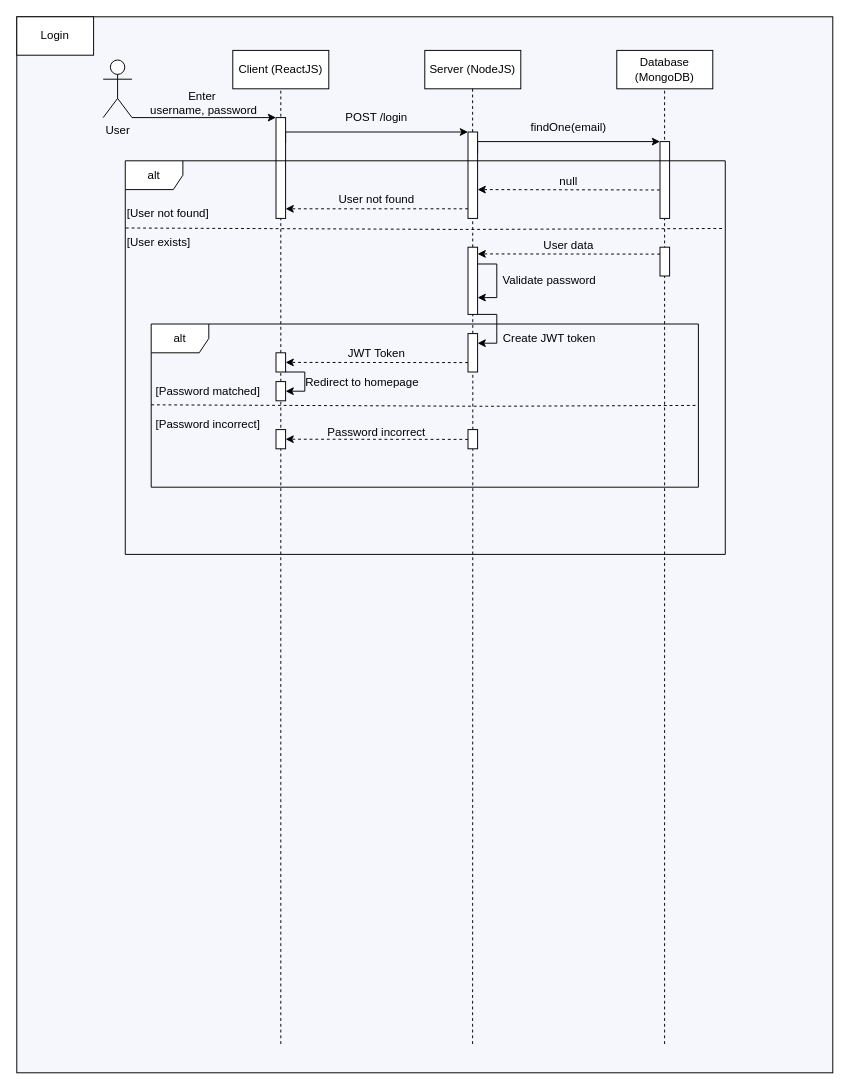
khanhnq1406/Investment_Portfolio_Tracker keeps this draw.io diagram as page "Login" (3 of 4) of system_design/Portfolio_Management_Tracker_Charts.drawio. Above is the earlier version. Source tidied: cells renumbered, new cells numbered last; positions are measured from the earlier drawing's top-left corner, leaving out a move shared by most shapes. Both pictures are drawn from the tidied source at 96%, with x=0, y=0 at pixel (16, 16).
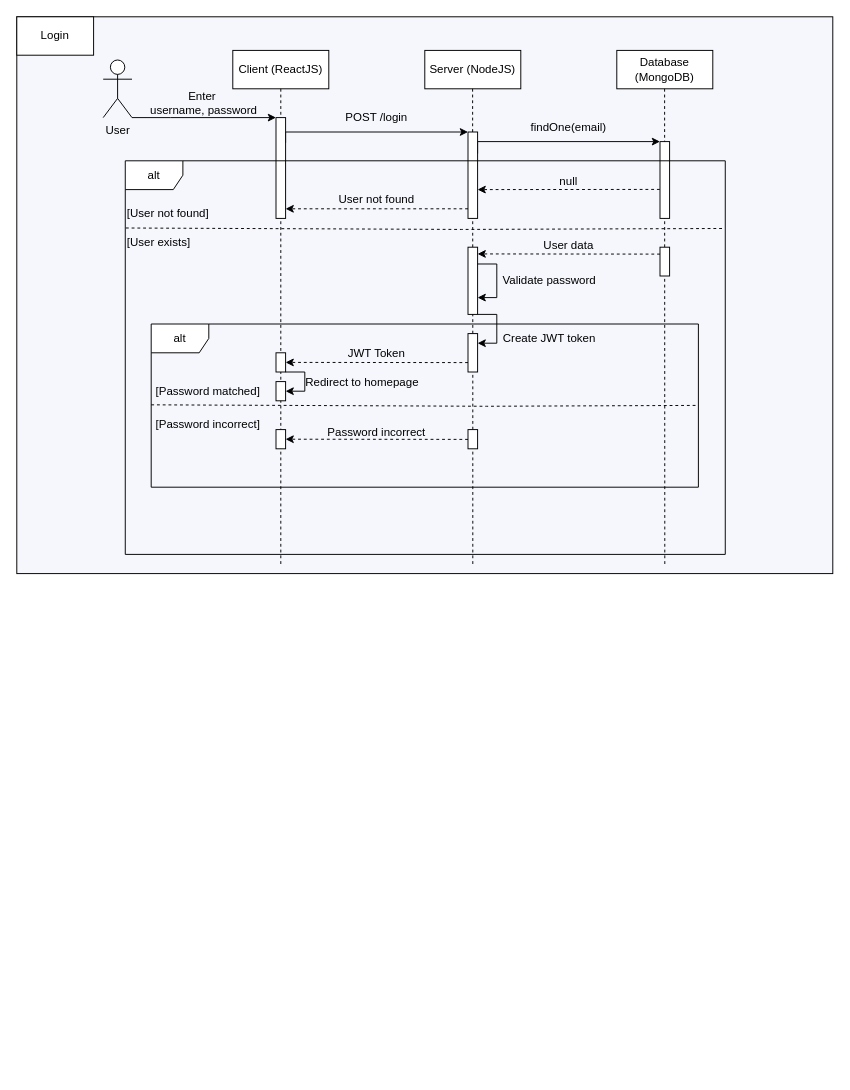
Above is the later version.

Unchanged cells that the change refers to:
```xml
<mxCell id="3" value="Client (ReactJS)" style="rounded=0;whiteSpace=wrap;html=1;" parent="1" vertex="1">
  <mxGeometry x="225" y="35" width="100" height="40" as="geometry" />
</mxCell>
<mxCell id="49" style="rounded=0;whiteSpace=wrap;html=1;" parent="1" vertex="1">
  <mxGeometry x="470" y="430" width="10" height="20" as="geometry" />
</mxCell>
```

Change to the diagram source:
```diff
@@
     <mxCell id="2" style="rounded=0;whiteSpace=wrap;html=1;labelBackgroundColor=none;labelBorderColor=none;textShadow=0;fillColor=#f5f7fd;" parent="1" vertex="1">
-      <mxGeometry width="850" height="1100" as="geometry" />
+      <mxGeometry width="850" height="580" as="geometry" />
     </mxCell>
@@
     <mxCell id="9" style="endArrow=none;dashed=1;html=1;rounded=0;entryX=0.5;entryY=1;entryDx=0;entryDy=0;" parent="1" edge="1" target="3">
       <mxGeometry relative="1" as="geometry">
-        <mxPoint x="275" y="1070" as="sourcePoint" />
+        <mxPoint x="275" y="570" as="sourcePoint" />
       </mxGeometry>
     </mxCell>
@@
     <mxCell id="11" style="endArrow=none;dashed=1;html=1;rounded=0;entryX=0.5;entryY=1;entryDx=0;entryDy=0;" parent="1" edge="1">
       <mxGeometry relative="1" as="geometry">
-        <mxPoint x="674.8" y="1070" as="sourcePoint" />
+        <mxPoint x="675" y="570" as="sourcePoint" />
         <mxPoint x="674.8" y="75" as="targetPoint" />
       </mxGeometry>
     </mxCell>
@@
-    <mxCell id="26" style="endArrow=classic;html=1;rounded=0;exitX=0.788;exitY=0.164;exitDx=0;exitDy=0;exitPerimeter=0;dashed=1;" parent="1" edge="1" source="2">
+    <mxCell id="26" style="endArrow=classic;html=1;rounded=0;exitX=0.788;exitY=0.31;exitDx=0;exitDy=0;exitPerimeter=0;dashed=1;" parent="1" edge="1" source="2">
       <mxGeometry relative="1" as="geometry">
         <mxPoint x="480" y="180" as="targetPoint" />
       </mxGeometry>
     </mxCell>
@@
     <mxCell id="48" style="endArrow=none;dashed=1;html=1;rounded=0;entryX=0.5;entryY=1;entryDx=0;entryDy=0;" parent="1" edge="1" target="49">
       <mxGeometry relative="1" as="geometry">
-        <mxPoint x="474.8" y="1070" as="sourcePoint" />
+        <mxPoint x="475" y="570" as="sourcePoint" />
       </mxGeometry>
     </mxCell>
```
